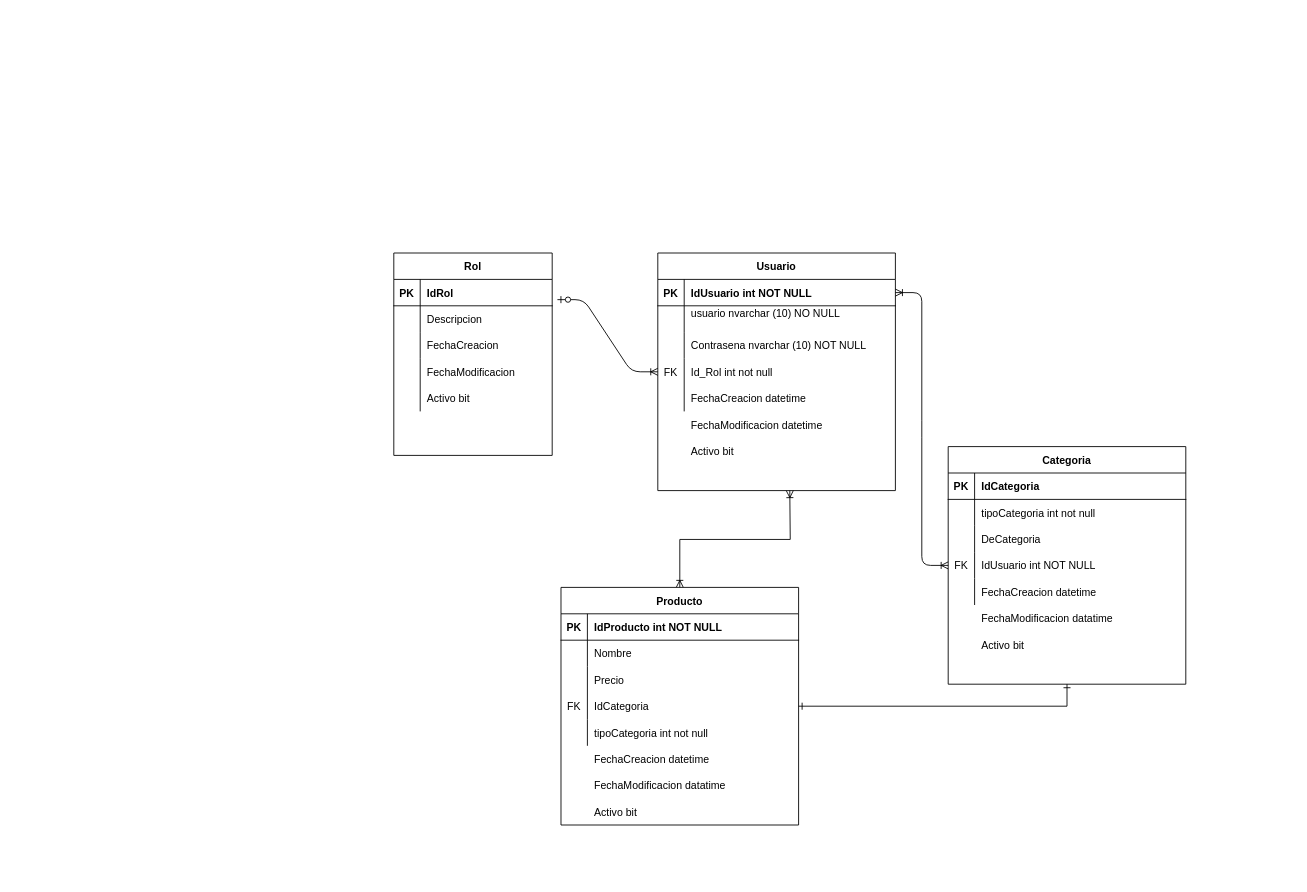
Above: Diagramas/EntidadRelacion.drawio in Cicery/ProyectoTallerMecanico (draw.io), before the change. Source tidied: cells renumbered, new cells numbered last; positions are measured from the earlier drawing's top-left corner, leaving out a move shared by most shapes. Both pictures are drawn from the tidied source at 88%, with x=0, y=0 at pixel (393, 253).
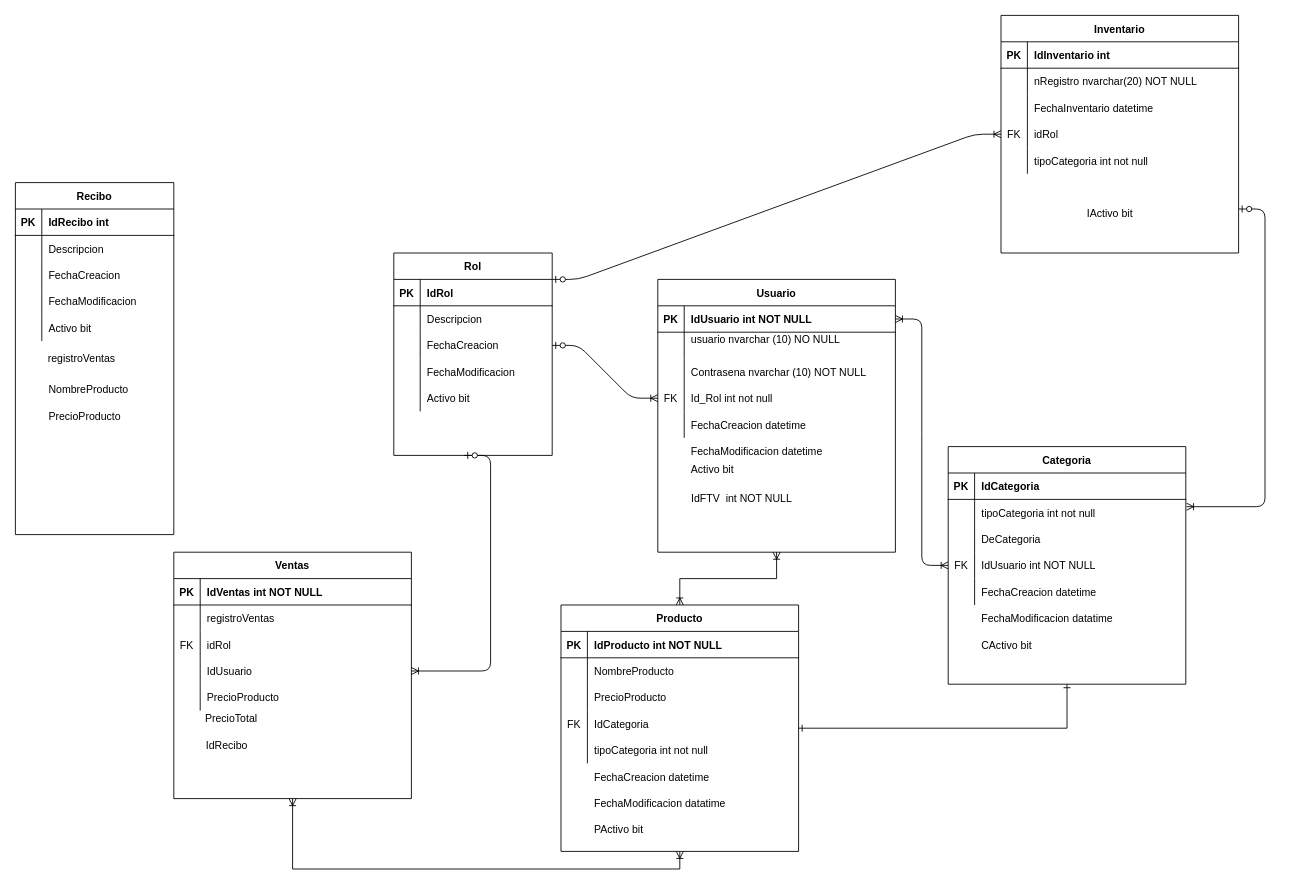
The same diagram, later.

Unchanged cells that the change refers to:
```xml
<mxCell id="12" style="shape=partialRectangle;fillColor=none;points=[[0,0.5],[1,0.5]];portConstraint=eastwest;top=0;left=0;right=0;bottom=0;" parent="2" vertex="1">
  <mxGeometry y="120" width="270" height="30" as="geometry" />
</mxCell>
<mxCell id="19" style="shape=partialRectangle;fillColor=none;top=0;left=0;bottom=1;right=0;points=[[0,0.5],[1,0.5]];portConstraint=eastwest;" parent="18" vertex="1">
  <mxGeometry y="30" width="180" height="30" as="geometry" />
</mxCell>
<mxCell id="25" style="shape=partialRectangle;fillColor=none;top=0;left=0;bottom=0;right=0;points=[[0,0.5],[1,0.5]];portConstraint=eastwest;" parent="18" vertex="1">
  <mxGeometry y="90" width="180" height="30" as="geometry" />
</mxCell>
<mxCell id="48" style="shape=partialRectangle;fillColor=none;points=[[0,0.5],[1,0.5]];portConstraint=eastwest;top=0;left=0;right=0;bottom=0;" parent="44" vertex="1">
  <mxGeometry y="60" width="270" height="30" as="geometry" />
</mxCell>
<mxCell id="71" style="shape=partialRectangle;fillColor=none;top=0;left=0;right=0;bottom=0;" parent="67" vertex="1">
  <mxGeometry y="60" width="270" height="30" as="geometry" />
</mxCell>
<mxCell id="74" style="shape=partialRectangle;fillColor=none;top=0;left=0;right=0;bottom=0;" parent="67" vertex="1">
  <mxGeometry y="90" width="270" height="30" as="geometry" />
</mxCell>
```

Diff of the diagram source:
```diff
@@
     <mxCell id="2" value="Usuario" style="shape=table;startSize=30;childLayout=tableLayout;rowLines=0;fontStyle=1;align=center;" parent="1" vertex="1">
-      <mxGeometry x="300" width="270" height="270" as="geometry" />
+      <mxGeometry x="300" y="30" width="270" height="310" as="geometry" />
     </mxCell>
@@
-    <mxCell id="37" style="edgeStyle=entityRelationEdgeStyle;fontSize=12;html=1;endArrow=ERoneToMany;startArrow=ERzeroToOne;exitX=1.033;exitY=0.767;exitDx=0;exitDy=0;exitPerimeter=0;" parent="1" edge="1" source="19" target="12">
+    <mxCell id="37" style="edgeStyle=entityRelationEdgeStyle;fontSize=12;html=1;endArrow=ERoneToMany;startArrow=ERzeroToOne;exitX=1;exitY=0.5;exitDx=0;exitDy=0;" parent="1" edge="1" source="25" target="12">
       <mxGeometry relative="1" as="geometry" />
     </mxCell>
     <mxCell id="38" style="shape=partialRectangle;fillColor=none;top=0;left=0;right=0;bottom=0;" parent="1" vertex="1">
-      <mxGeometry x="300" y="180" width="270" height="30" as="geometry" />
+      <mxGeometry x="300" y="210" width="270" height="30" as="geometry" />
     </mxCell>
-    <mxCell id="39" style="shape=partialRectangle;overflow=hidden;fillColor=none;top=0;left=0;bottom=0;right=0;" parent="38" vertex="1">
-      <mxGeometry width="30" height="30" as="geometry" />
-    </mxCell>
-    <mxCell id="40" value="FechaModificacion datetime" style="shape=partialRectangle;overflow=hidden;fillColor=none;top=0;left=0;bottom=0;right=0;align=left;spacingLeft=6;" parent="38" vertex="1">
-      <mxGeometry x="30" width="240" height="30" as="geometry" />
-    </mxCell>
     <mxCell id="41" style="shape=partialRectangle;fillColor=none;top=0;left=0;right=0;bottom=0;" parent="1" vertex="1">
-      <mxGeometry x="300" y="210" width="270" height="30" as="geometry" />
+      <mxGeometry x="300" y="230" width="270" height="30" as="geometry" />
     </mxCell>
@@
-    <mxCell id="64" value="Activo bit" style="shape=partialRectangle;fillColor=none;top=0;left=0;bottom=0;right=0;align=left;spacingLeft=6;overflow=hidden;" parent="1" vertex="1">
-      <mxGeometry x="660" y="430" width="150" height="30" as="geometry" />
+    <mxCell id="64" value="CActivo bit" style="shape=partialRectangle;fillColor=none;top=0;left=0;bottom=0;right=0;align=left;spacingLeft=6;overflow=hidden;" parent="1" vertex="1">
+      <mxGeometry x="660" y="430" width="240" height="30" as="geometry" />
     </mxCell>
@@
-    <mxCell id="66" style="edgeStyle=orthogonalEdgeStyle;rounded=0;jettySize=auto;html=1;exitX=0.5;exitY=0;exitDx=0;exitDy=0;startArrow=ERoneToMany;startFill=0;endArrow=ERoneToMany;endFill=0;" parent="1" edge="1" source="67">
-      <mxGeometry relative="1" as="geometry">
-        <mxPoint x="450" y="270" as="targetPoint" />
-      </mxGeometry>
-    </mxCell>
     <mxCell id="67" value="Producto" style="shape=table;startSize=30;childLayout=tableLayout;rowLines=0;fontStyle=1;align=center;" parent="1" vertex="1">
-      <mxGeometry x="190" y="380" width="270" height="270" as="geometry" />
+      <mxGeometry x="190" y="400" width="270" height="280" as="geometry" />
     </mxCell>
@@
-    <mxCell id="73" value="Nombre" style="shape=partialRectangle;overflow=hidden;fillColor=none;top=0;left=0;bottom=0;right=0;align=left;spacingLeft=6;" parent="71" vertex="1">
+    <mxCell id="73" value="NombreProducto" style="shape=partialRectangle;overflow=hidden;fillColor=none;top=0;left=0;bottom=0;right=0;align=left;spacingLeft=6;" parent="71" vertex="1">
       <mxGeometry x="30" width="240" height="30" as="geometry" />
     </mxCell>
@@
-    <mxCell id="76" value="Precio" style="shape=partialRectangle;overflow=hidden;fillColor=none;top=0;left=0;bottom=0;right=0;align=left;spacingLeft=6;" parent="74" vertex="1">
+    <mxCell id="76" value="PrecioProducto" style="shape=partialRectangle;overflow=hidden;fillColor=none;top=0;left=0;bottom=0;right=0;align=left;spacingLeft=6;" parent="74" vertex="1">
       <mxGeometry x="30" width="240" height="30" as="geometry" />
     </mxCell>
@@
     <mxCell id="83" value="FechaCreacion datetime" style="shape=partialRectangle;overflow=hidden;fillColor=none;top=0;left=0;bottom=0;right=0;align=left;spacingLeft=6;" parent="1" vertex="1">
-      <mxGeometry x="220" y="560" width="240" height="30" as="geometry" />
+      <mxGeometry x="220" y="580" width="240" height="30" as="geometry" />
     </mxCell>
     <mxCell id="84" style="shape=partialRectangle;fillColor=none;top=0;left=0;right=0;bottom=0;" parent="1" vertex="1">
-      <mxGeometry x="190" y="590" width="270" height="30" as="geometry" />
+      <mxGeometry x="190" y="610" width="270" height="30" as="geometry" />
     </mxCell>
@@
-    <mxCell id="87" value="Activo bit" style="shape=partialRectangle;fillColor=none;top=0;left=0;bottom=0;right=0;align=left;spacingLeft=6;overflow=hidden;" parent="1" vertex="1">
-      <mxGeometry x="220" y="620" width="150" height="30" as="geometry" />
+    <mxCell id="87" value="PActivo bit" style="shape=partialRectangle;fillColor=none;top=0;left=0;bottom=0;right=0;align=left;spacingLeft=6;overflow=hidden;" parent="1" vertex="1">
+      <mxGeometry x="220" y="640" width="150" height="30" as="geometry" />
     </mxCell>
+    <mxCell id="88" value="Inventario" style="shape=table;startSize=30;childLayout=tableLayout;rowLines=0;fontStyle=1;align=center;" parent="1" vertex="1">
+      <mxGeometry x="690" y="-270" width="270" height="270" as="geometry" />
+    </mxCell>
+    <mxCell id="89" style="shape=partialRectangle;fillColor=none;top=0;left=0;right=0;bottom=1;" parent="88" vertex="1">
+      <mxGeometry y="30" width="270" height="30" as="geometry" />
+    </mxCell>
+    <mxCell id="90" value="PK" style="shape=partialRectangle;overflow=hidden;fillColor=none;top=0;left=0;bottom=0;right=0;fontStyle=1;" parent="89" vertex="1">
+      <mxGeometry width="30" height="30" as="geometry" />
+    </mxCell>
+    <mxCell id="91" value="IdInventario int" style="shape=partialRectangle;overflow=hidden;fillColor=none;top=0;left=0;bottom=0;right=0;align=left;spacingLeft=6;fontStyle=1;" parent="89" vertex="1">
+      <mxGeometry x="30" width="240" height="30" as="geometry" />
+    </mxCell>
+    <mxCell id="92" style="shape=partialRectangle;fillColor=none;top=0;left=0;right=0;bottom=0;" parent="88" vertex="1">
+      <mxGeometry y="60" width="270" height="30" as="geometry" />
+    </mxCell>
+    <mxCell id="93" style="shape=partialRectangle;overflow=hidden;fillColor=none;top=0;left=0;bottom=0;right=0;" parent="92" vertex="1">
+      <mxGeometry width="30" height="30" as="geometry" />
+    </mxCell>
+    <mxCell id="94" value="nRegistro nvarchar(20) NOT NULL" style="shape=partialRectangle;overflow=hidden;fillColor=none;top=0;left=0;bottom=0;right=0;align=left;spacingLeft=6;" parent="92" vertex="1">
+      <mxGeometry x="30" width="240" height="30" as="geometry" />
+    </mxCell>
+    <mxCell id="95" style="shape=partialRectangle;fillColor=none;top=0;left=0;right=0;bottom=0;" parent="88" vertex="1">
+      <mxGeometry y="90" width="270" height="30" as="geometry" />
+    </mxCell>
+    <mxCell id="96" style="shape=partialRectangle;overflow=hidden;fillColor=none;top=0;left=0;bottom=0;right=0;" parent="95" vertex="1">
+      <mxGeometry width="30" height="30" as="geometry" />
+    </mxCell>
+    <mxCell id="97" value="FechaInventario datetime" style="shape=partialRectangle;overflow=hidden;fillColor=none;top=0;left=0;bottom=0;right=0;align=left;spacingLeft=6;" parent="95" vertex="1">
+      <mxGeometry x="30" width="240" height="30" as="geometry" />
+    </mxCell>
+    <mxCell id="98" style="shape=partialRectangle;fillColor=none;points=[[0,0.5],[1,0.5]];portConstraint=eastwest;top=0;left=0;right=0;bottom=0;" parent="88" vertex="1">
+      <mxGeometry y="120" width="270" height="30" as="geometry" />
+    </mxCell>
+    <mxCell id="99" value="FK" style="shape=partialRectangle;overflow=hidden;fillColor=none;top=0;left=0;bottom=0;right=0;" parent="98" vertex="1">
+      <mxGeometry width="30" height="30" as="geometry" />
+    </mxCell>
+    <mxCell id="100" value="idRol" style="shape=partialRectangle;overflow=hidden;fillColor=none;top=0;left=0;bottom=0;right=0;align=left;spacingLeft=6;" parent="98" vertex="1">
+      <mxGeometry x="30" width="240" height="30" as="geometry" />
+    </mxCell>
+    <mxCell id="101" style="shape=partialRectangle;fillColor=none;top=0;left=0;right=0;bottom=0;" parent="88" vertex="1">
+      <mxGeometry y="150" width="270" height="30" as="geometry" />
+    </mxCell>
+    <mxCell id="102" style="shape=partialRectangle;overflow=hidden;fillColor=none;top=0;left=0;bottom=0;right=0;" parent="101" vertex="1">
+      <mxGeometry width="30" height="30" as="geometry" />
+    </mxCell>
+    <mxCell id="103" value="tipoCategoria int not null" style="shape=partialRectangle;overflow=hidden;fillColor=none;top=0;left=0;bottom=0;right=0;align=left;spacingLeft=6;" parent="101" vertex="1">
+      <mxGeometry x="30" width="240" height="30" as="geometry" />
+    </mxCell>
+    <mxCell id="104" style="shape=partialRectangle;fillColor=none;top=0;left=0;right=0;bottom=0;" parent="1" vertex="1">
+      <mxGeometry x="750" y="-10" width="270" height="30" as="geometry" />
+    </mxCell>
+    <mxCell id="105" style="shape=partialRectangle;overflow=hidden;fillColor=none;top=0;left=0;bottom=0;right=0;" parent="104" vertex="1">
+      <mxGeometry x="-60" y="-30" width="30" height="30" as="geometry" />
+    </mxCell>
+    <mxCell id="106" style="edgeStyle=entityRelationEdgeStyle;fontSize=12;html=1;endArrow=ERoneToMany;startArrow=ERzeroToOne;exitX=1;exitY=0;exitDx=0;exitDy=0;exitPerimeter=0;entryX=0;entryY=0.5;entryDx=0;entryDy=0;" parent="1" edge="1" source="19" target="98">
+      <mxGeometry relative="1" as="geometry" />
+    </mxCell>
+    <mxCell id="107" style="edgeStyle=entityRelationEdgeStyle;fontSize=12;html=1;endArrow=ERoneToMany;startArrow=ERzeroToOne;entryX=1.003;entryY=0.276;entryDx=0;entryDy=0;entryPerimeter=0;" parent="1" edge="1" target="48">
+      <mxGeometry relative="1" as="geometry">
+        <mxPoint x="960" y="-50" as="sourcePoint" />
+      </mxGeometry>
+    </mxCell>
+    <mxCell id="108" value="IActivo bit" style="shape=partialRectangle;overflow=hidden;fillColor=none;top=0;left=0;bottom=0;right=0;align=left;spacingLeft=6;" parent="1" vertex="1">
+      <mxGeometry x="780" y="-60" width="240" height="30" as="geometry" />
+    </mxCell>
+    <mxCell id="109" value="IdFTV&amp;nbsp; int NOT NULL" style="text;html=1;align=center;verticalAlign=middle;" parent="1" vertex="1">
+      <mxGeometry x="330" y="270" width="130" height="20" as="geometry" />
+    </mxCell>
+    <mxCell id="110" style="edgeStyle=orthogonalEdgeStyle;rounded=0;jettySize=auto;html=1;exitX=0.5;exitY=0;exitDx=0;exitDy=0;startArrow=ERoneToMany;startFill=0;endArrow=ERoneToMany;endFill=0;entryX=0.5;entryY=1;entryDx=0;entryDy=0;" parent="1" edge="1" source="67" target="2">
+      <mxGeometry relative="1" as="geometry" />
+    </mxCell>
+    <mxCell id="111" style="group;" parent="1" vertex="1">
+      <mxGeometry x="-250" y="340" width="270" height="280" as="geometry" />
+    </mxCell>
+    <mxCell id="112" value="Ventas" style="shape=table;startSize=30;childLayout=tableLayout;rowLines=0;fontStyle=1;align=center;" parent="111" vertex="1">
+      <mxGeometry width="270" height="280" as="geometry" />
+    </mxCell>
+    <mxCell id="113" style="shape=partialRectangle;fillColor=none;top=0;left=0;right=0;bottom=1;" parent="112" vertex="1">
+      <mxGeometry y="30" width="270" height="30" as="geometry" />
+    </mxCell>
+    <mxCell id="114" value="PK" style="shape=partialRectangle;overflow=hidden;fillColor=none;top=0;left=0;bottom=0;right=0;fontStyle=1;" parent="113" vertex="1">
+      <mxGeometry width="30" height="30" as="geometry" />
+    </mxCell>
+    <mxCell id="115" value="IdVentas int NOT NULL" style="shape=partialRectangle;overflow=hidden;fillColor=none;top=0;left=0;bottom=0;right=0;align=left;spacingLeft=6;fontStyle=1;" parent="113" vertex="1">
+      <mxGeometry x="30" width="240" height="30" as="geometry" />
+    </mxCell>
+    <mxCell id="116" style="shape=partialRectangle;fillColor=none;top=0;left=0;right=0;bottom=0;" parent="112" vertex="1">
+      <mxGeometry y="60" width="270" height="30" as="geometry" />
+    </mxCell>
+    <mxCell id="117" style="shape=partialRectangle;overflow=hidden;fillColor=none;top=0;left=0;bottom=0;right=0;" parent="116" vertex="1">
+      <mxGeometry width="30" height="30" as="geometry" />
+    </mxCell>
+    <mxCell id="118" value="registroVentas" style="shape=partialRectangle;overflow=hidden;fillColor=none;top=0;left=0;bottom=0;right=0;align=left;spacingLeft=6;" parent="116" vertex="1">
+      <mxGeometry x="30" width="240" height="30" as="geometry" />
+    </mxCell>
+    <mxCell id="119" style="shape=partialRectangle;fillColor=none;top=0;left=0;right=0;bottom=0;" parent="112" vertex="1">
+      <mxGeometry y="90" width="270" height="30" as="geometry" />
+    </mxCell>
+    <mxCell id="120" value="FK" style="shape=partialRectangle;overflow=hidden;fillColor=none;top=0;left=0;bottom=0;right=0;" parent="119" vertex="1">
+      <mxGeometry width="30" height="30" as="geometry" />
+    </mxCell>
+    <mxCell id="121" value="idRol" style="shape=partialRectangle;overflow=hidden;fillColor=none;top=0;left=0;bottom=0;right=0;align=left;spacingLeft=6;" parent="119" vertex="1">
+      <mxGeometry x="30" width="240" height="30" as="geometry" />
+    </mxCell>
+    <mxCell id="122" style="shape=partialRectangle;fillColor=none;points=[[0,0.5],[1,0.5]];portConstraint=eastwest;top=0;left=0;right=0;bottom=0;" parent="112" vertex="1">
+      <mxGeometry y="120" width="270" height="30" as="geometry" />
+    </mxCell>
+    <mxCell id="123" style="shape=partialRectangle;overflow=hidden;fillColor=none;top=0;left=0;bottom=0;right=0;" parent="122" vertex="1">
+      <mxGeometry width="30" height="30" as="geometry" />
+    </mxCell>
+    <mxCell id="124" value="IdUsuario" style="shape=partialRectangle;overflow=hidden;fillColor=none;top=0;left=0;bottom=0;right=0;align=left;spacingLeft=6;" parent="122" vertex="1">
+      <mxGeometry x="30" width="240" height="30" as="geometry" />
+    </mxCell>
+    <mxCell id="125" style="shape=partialRectangle;fillColor=none;top=0;left=0;right=0;bottom=0;" parent="112" vertex="1">
+      <mxGeometry y="150" width="270" height="30" as="geometry" />
+    </mxCell>
+    <mxCell id="126" style="shape=partialRectangle;overflow=hidden;fillColor=none;top=0;left=0;bottom=0;right=0;" parent="125" vertex="1">
+      <mxGeometry width="30" height="30" as="geometry" />
+    </mxCell>
+    <mxCell id="127" value="PrecioProducto" style="shape=partialRectangle;overflow=hidden;fillColor=none;top=0;left=0;bottom=0;right=0;align=left;spacingLeft=6;" parent="125" vertex="1">
+      <mxGeometry x="30" width="240" height="30" as="geometry" />
+    </mxCell>
+    <mxCell id="128" value="PrecioTotal" style="text;html=1;align=center;verticalAlign=middle;" parent="111" vertex="1">
+      <mxGeometry x="30" y="180" width="70" height="20" as="geometry" />
+    </mxCell>
+    <mxCell id="129" value="IdRecibo" style="text;html=1;align=center;verticalAlign=middle;" parent="111" vertex="1">
+      <mxGeometry x="30" y="210" width="60" height="20" as="geometry" />
+    </mxCell>
+    <mxCell id="39" style="shape=partialRectangle;overflow=hidden;fillColor=none;top=0;left=0;bottom=0;right=0;" parent="1" vertex="1">
+      <mxGeometry x="300" y="210" width="30" height="30" as="geometry" />
+    </mxCell>
+    <mxCell id="40" value="FechaModificacion datetime" style="shape=partialRectangle;overflow=hidden;fillColor=none;top=0;left=0;bottom=0;right=0;align=left;spacingLeft=6;" parent="1" vertex="1">
+      <mxGeometry x="330" y="210" width="240" height="30" as="geometry" />
+    </mxCell>
+    <mxCell id="130" style="edgeStyle=orthogonalEdgeStyle;rounded=0;jettySize=auto;html=1;exitX=0.5;exitY=1;exitDx=0;exitDy=0;startArrow=ERoneToMany;startFill=0;endArrow=ERoneToMany;endFill=0;entryX=0.5;entryY=1;entryDx=0;entryDy=0;" parent="1" edge="1" source="112" target="67">
+      <mxGeometry relative="1" as="geometry" />
+    </mxCell>
+    <mxCell id="131" style="edgeStyle=entityRelationEdgeStyle;fontSize=12;html=1;endArrow=ERoneToMany;startArrow=ERzeroToOne;" parent="1" edge="1" target="122">
+      <mxGeometry relative="1" as="geometry">
+        <mxPoint x="80" y="230" as="sourcePoint" />
+      </mxGeometry>
+    </mxCell>
+    <mxCell id="132" value="Recibo" style="shape=table;startSize=30;childLayout=tableLayout;rowLines=0;fontStyle=1;align=center;" parent="1" vertex="1">
+      <mxGeometry x="-430" y="-80" width="180" height="400" as="geometry" />
+    </mxCell>
+    <mxCell id="133" style="shape=partialRectangle;fillColor=none;top=0;left=0;bottom=1;right=0;" parent="132" vertex="1">
+      <mxGeometry y="30" width="180" height="30" as="geometry" />
+    </mxCell>
+    <mxCell id="134" value="PK" style="shape=partialRectangle;fillColor=none;top=0;left=0;bottom=0;right=0;fontStyle=1;overflow=hidden;" parent="133" vertex="1">
+      <mxGeometry width="30" height="30" as="geometry" />
+    </mxCell>
+    <mxCell id="135" value="IdRecibo int" style="shape=partialRectangle;fillColor=none;top=0;left=0;bottom=0;right=0;align=left;spacingLeft=6;fontStyle=1;overflow=hidden;" parent="133" vertex="1">
+      <mxGeometry x="30" width="150" height="30" as="geometry" />
+    </mxCell>
+    <mxCell id="136" style="shape=partialRectangle;fillColor=none;top=0;left=0;bottom=0;right=0;" parent="132" vertex="1">
+      <mxGeometry y="60" width="180" height="30" as="geometry" />
+    </mxCell>
+    <mxCell id="137" style="shape=partialRectangle;fillColor=none;top=0;left=0;bottom=0;right=0;overflow=hidden;" parent="136" vertex="1">
+      <mxGeometry width="30" height="30" as="geometry" />
+    </mxCell>
+    <mxCell id="138" value="Descripcion" style="shape=partialRectangle;fillColor=none;top=0;left=0;bottom=0;right=0;align=left;spacingLeft=6;overflow=hidden;" parent="136" vertex="1">
+      <mxGeometry x="30" width="150" height="30" as="geometry" />
+    </mxCell>
+    <mxCell id="139" style="shape=partialRectangle;fillColor=none;top=0;left=0;bottom=0;right=0;" parent="132" vertex="1">
+      <mxGeometry y="90" width="180" height="30" as="geometry" />
+    </mxCell>
+    <mxCell id="140" style="shape=partialRectangle;fillColor=none;top=0;left=0;bottom=0;right=0;overflow=hidden;" parent="139" vertex="1">
+      <mxGeometry width="30" height="30" as="geometry" />
+    </mxCell>
+    <mxCell id="141" value="FechaCreacion" style="shape=partialRectangle;fillColor=none;top=0;left=0;bottom=0;right=0;align=left;spacingLeft=6;overflow=hidden;" parent="139" vertex="1">
+      <mxGeometry x="30" width="150" height="30" as="geometry" />
+    </mxCell>
+    <mxCell id="142" style="shape=partialRectangle;fillColor=none;top=0;left=0;bottom=0;right=0;" parent="132" vertex="1">
+      <mxGeometry y="120" width="180" height="30" as="geometry" />
+    </mxCell>
+    <mxCell id="143" style="shape=partialRectangle;fillColor=none;top=0;left=0;bottom=0;right=0;overflow=hidden;" parent="142" vertex="1">
+      <mxGeometry width="30" height="30" as="geometry" />
+    </mxCell>
+    <mxCell id="144" value="FechaModificacion" style="shape=partialRectangle;fillColor=none;top=0;left=0;bottom=0;right=0;align=left;spacingLeft=6;overflow=hidden;" parent="142" vertex="1">
+      <mxGeometry x="30" width="150" height="30" as="geometry" />
+    </mxCell>
+    <mxCell id="145" style="shape=partialRectangle;fillColor=none;top=0;left=0;bottom=0;right=0;" parent="132" vertex="1">
+      <mxGeometry y="150" width="180" height="30" as="geometry" />
+    </mxCell>
+    <mxCell id="146" style="shape=partialRectangle;fillColor=none;top=0;left=0;bottom=0;right=0;overflow=hidden;" parent="145" vertex="1">
+      <mxGeometry width="30" height="30" as="geometry" />
+    </mxCell>
+    <mxCell id="147" value="Activo bit" style="shape=partialRectangle;fillColor=none;top=0;left=0;bottom=0;right=0;align=left;spacingLeft=6;overflow=hidden;" parent="145" vertex="1">
+      <mxGeometry x="30" width="150" height="30" as="geometry" />
+    </mxCell>
+    <mxCell id="148" value="registroVentas" style="text;html=1;align=center;verticalAlign=middle;" parent="1" vertex="1">
+      <mxGeometry x="-400" y="110" width="90" height="20" as="geometry" />
+    </mxCell>
+    <mxCell id="149" value="NombreProducto" style="shape=partialRectangle;overflow=hidden;fillColor=none;top=0;left=0;bottom=0;right=0;align=left;spacingLeft=6;" parent="1" vertex="1">
+      <mxGeometry x="-400" y="140" width="150" height="30" as="geometry" />
+    </mxCell>
+    <mxCell id="150" value="PrecioProducto" style="shape=partialRectangle;overflow=hidden;fillColor=none;top=0;left=0;bottom=0;right=0;align=left;spacingLeft=6;" parent="1" vertex="1">
+      <mxGeometry x="-400" y="170" width="150" height="30" as="geometry" />
+    </mxCell>
```
